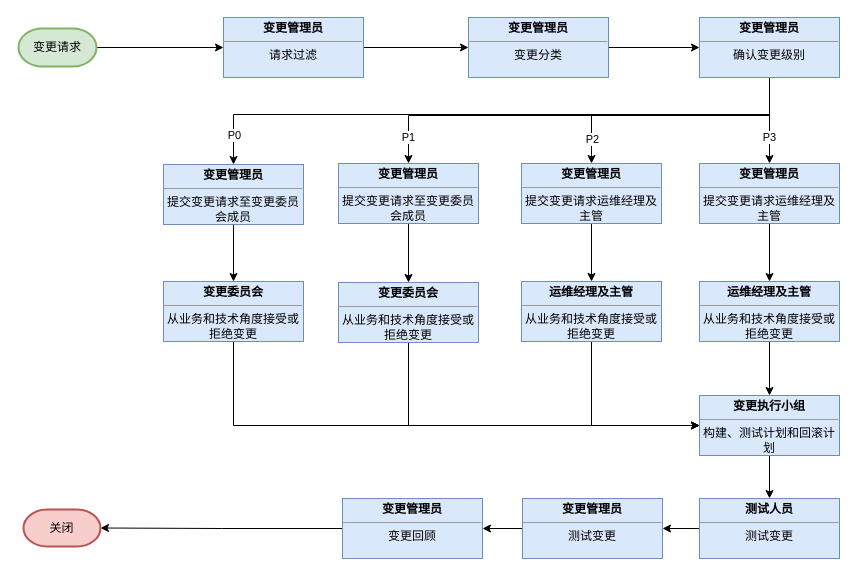
The draw.io diagram 变更.drawio in WilliamWanCN/WilliamWanCN.github.io, before the edit. Source tidied: cells renumbered, new cells numbered last; positions are measured from the earlier drawing's top-left corner, leaving out a move shared by most shapes. Both pictures are drawn from the tidied source at 100%, with x=0, y=0 at pixel (18, 17).
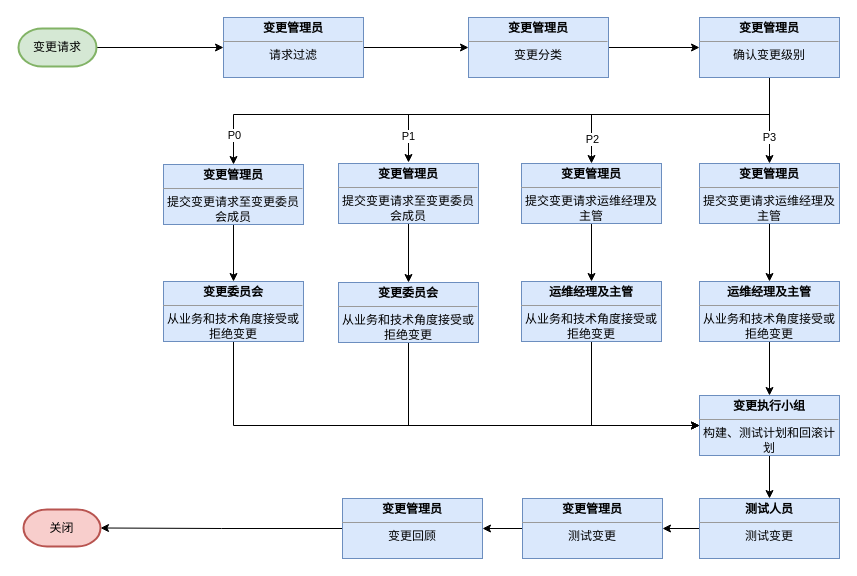
After the change.

The change refers to these unchanged cells:
```xml
<mxCell id="16" value="&lt;p style=&quot;margin:0px;margin-top:4px;text-align:center;&quot;&gt;&lt;b&gt;变更管理员&lt;/b&gt;&lt;/p&gt;&lt;hr size=&quot;1&quot;&gt;&lt;div style=&quot;text-align: center; height: 2px;&quot;&gt;确认变更级别&lt;/div&gt;" style="verticalAlign=top;align=left;overflow=fill;fontSize=12;fontFamily=Helvetica;html=1;whiteSpace=wrap;fillColor=#dae8fc;strokeColor=#6c8ebf;" parent="1" vertex="1">
  <mxGeometry x="681" width="140" height="60" as="geometry" />
</mxCell>
<mxCell id="33" value="&lt;p style=&quot;margin:0px;margin-top:4px;text-align:center;&quot;&gt;&lt;b&gt;变更管理员&lt;/b&gt;&lt;/p&gt;&lt;hr size=&quot;1&quot;&gt;&lt;div style=&quot;text-align: center; height: 2px;&quot;&gt;提交变更请求至变更委员会成员&lt;/div&gt;" style="verticalAlign=top;align=left;overflow=fill;fontSize=12;fontFamily=Helvetica;html=1;whiteSpace=wrap;fillColor=#dae8fc;strokeColor=#6c8ebf;" parent="1" vertex="1">
  <mxGeometry x="320" y="146" width="140" height="60" as="geometry" />
</mxCell>
```

The edit, as a diff of the source:
```diff
@@
-    <mxCell id="14" style="edgeStyle=orthogonalEdgeStyle;rounded=0;jettySize=auto;html=1;exitX=0.5;exitY=1;exitDx=0;exitDy=0;entryX=0.5;entryY=0;entryDx=0;entryDy=0;" parent="1" edge="1" source="16" target="33">
+    <mxCell id="14" style="edgeStyle=orthogonalEdgeStyle;rounded=0;orthogonalLoop=1;jettySize=auto;html=1;exitX=0.5;exitY=1;exitDx=0;exitDy=0;entryX=0.5;entryY=0;entryDx=0;entryDy=0;" parent="1" edge="1">
       <mxGeometry relative="1" as="geometry">
+        <mxPoint x="751" y="59" as="sourcePoint" />
+        <mxPoint x="390" y="145" as="targetPoint" />
         <Array as="points">
-          <mxPoint x="751" y="98" />
-          <mxPoint x="390" y="98" />
+          <mxPoint x="751" y="97" />
+          <mxPoint x="390" y="97" />
         </Array>
       </mxGeometry>
     </mxCell>
```
